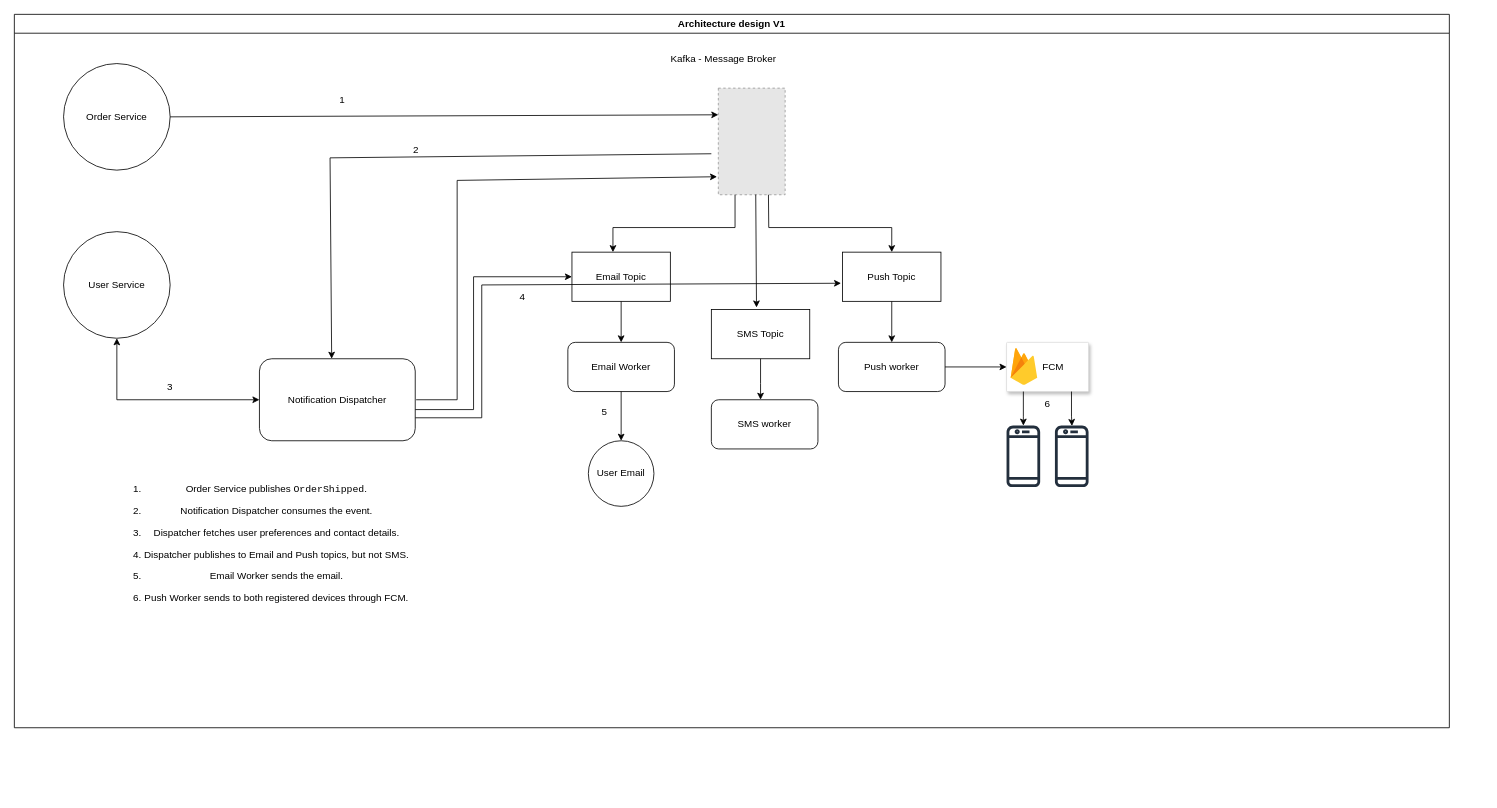
Earlier version of the draw.io diagram Simple-Notification-Service.drawio (Ramakrishna-ch/SystemDesign-HLD). Source tidied: cells renumbered, new cells numbered last; positions are measured from the earlier drawing's top-left corner, leaving out a move shared by most shapes. Both pictures are drawn from the tidied source at 82%, with x=0, y=0 at pixel (14, 14). Pictures stored in the file or linked from it are replaced by grey dashed boxes.
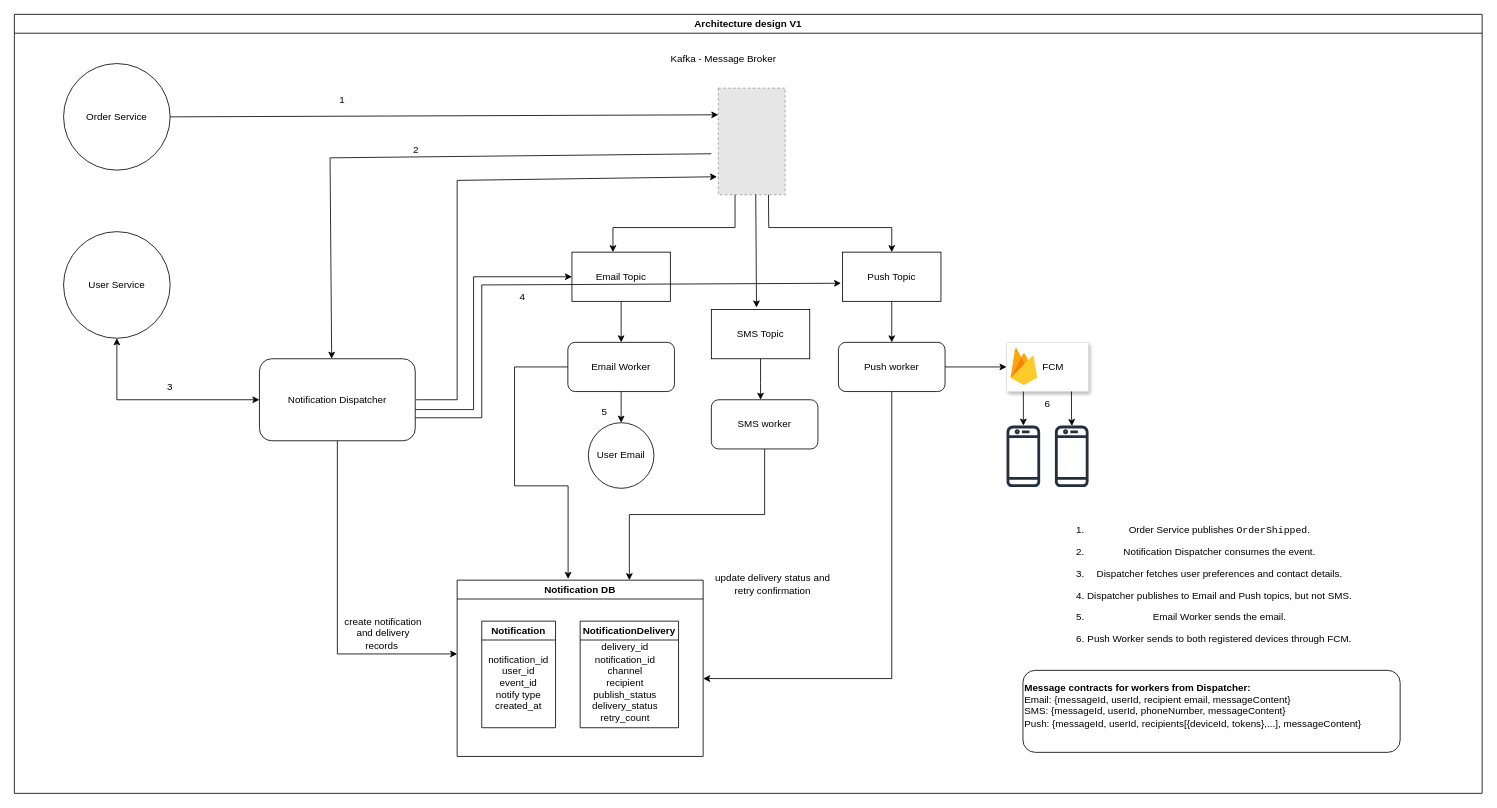
The same diagram, later.

The change refers to these unchanged cells:
```xml
<mxCell id="6" value="&lt;div&gt;Notification Dispatcher&lt;/div&gt;" style="rounded=1;whiteSpace=wrap;html=1;roundedPerimeter=1;" parent="2" vertex="1">
  <mxGeometry x="298.9" y="420" width="190" height="100" as="geometry" />
</mxCell>
<mxCell id="16" value="Email Worker" style="rounded=1;whiteSpace=wrap;html=1;roundedPerimeter=1;" parent="2" vertex="1">
  <mxGeometry x="675" y="400" width="130" height="60" as="geometry" />
</mxCell>
<mxCell id="17" value="SMS worker" style="rounded=1;whiteSpace=wrap;html=1;roundedPerimeter=1;" parent="2" vertex="1">
  <mxGeometry x="850" y="470" width="130" height="60" as="geometry" />
</mxCell>
<mxCell id="18" value="Push worker" style="rounded=1;whiteSpace=wrap;html=1;roundedPerimeter=1;" parent="2" vertex="1">
  <mxGeometry x="1005" y="400" width="130" height="60" as="geometry" />
</mxCell>
```

Change to the diagram source:
```diff
@@
     <mxCell id="2" value="Architecture design V1" style="swimlane;whiteSpace=wrap;html=1;" parent="1" vertex="1">
-      <mxGeometry width="1750" height="870" as="geometry" />
+      <mxGeometry width="1790" height="950" as="geometry" />
     </mxCell>
@@
+    <mxCell id="42" style="edgeStyle=orthogonalEdgeStyle;rounded=0;jettySize=auto;html=1;defaultLabelBackgroundColor=page;labelPadding=0 4;" parent="2" edge="1" source="6">
+      <mxGeometry x="-0.12" relative="1" as="geometry">
+        <mxPoint x="540" y="780" as="targetPoint" />
+        <Array as="points">
+          <mxPoint x="394" y="780" />
+          <mxPoint x="430" y="780" />
+        </Array>
+      </mxGeometry>
+    </mxCell>
@@
+    <mxCell id="43" style="edgeStyle=orthogonalEdgeStyle;rounded=0;jettySize=auto;html=1;defaultLabelBackgroundColor=page;labelPadding=0 4;" parent="2" edge="1" source="18">
+      <mxGeometry x="-0.17" relative="1" as="geometry">
+        <mxPoint x="840" y="810" as="targetPoint" />
+        <Array as="points">
+          <mxPoint x="1070" y="810" />
+        </Array>
+      </mxGeometry>
+    </mxCell>
@@
     <mxCell id="27" value="&lt;ol&gt;&lt;li&gt;&lt;div&gt;&lt;div&gt;&lt;p&gt;&lt;span&gt;Order Service publishes &lt;/span&gt;&lt;code&gt;&lt;span&gt;OrderShipped&lt;/span&gt;&lt;/code&gt;&lt;span&gt;.&lt;/span&gt;&lt;/p&gt;&lt;/div&gt;&lt;/div&gt;&lt;/li&gt;&lt;li&gt;&lt;div&gt;&lt;div&gt;&lt;p&gt;&lt;span&gt;Notification Dispatcher consumes the event.&lt;/span&gt;&lt;/p&gt;&lt;/div&gt;&lt;/div&gt;&lt;/li&gt;&lt;li&gt;&lt;div&gt;&lt;div&gt;&lt;p&gt;&lt;span&gt;Dispatcher fetches user preferences and contact details.&lt;/span&gt;&lt;/p&gt;&lt;/div&gt;&lt;/div&gt;&lt;/li&gt;&lt;li&gt;&lt;div&gt;&lt;div&gt;&lt;p&gt;&lt;span&gt;Dispatcher publishes to Email and Push topics, but not SMS.&lt;/span&gt;&lt;/p&gt;&lt;/div&gt;&lt;/div&gt;&lt;/li&gt;&lt;li&gt;&lt;div&gt;&lt;div&gt;&lt;p&gt;&lt;span&gt;Email Worker sends the email.&lt;/span&gt;&lt;/p&gt;&lt;/div&gt;&lt;/div&gt;&lt;/li&gt;&lt;li&gt;&lt;div&gt;&lt;div&gt;&lt;p&gt;&lt;span&gt;Push Worker sends to both registered devices through FCM.&lt;/span&gt;&lt;/p&gt;&lt;/div&gt;&lt;/div&gt;&lt;/li&gt;&lt;/ol&gt;" style="text;html=1;whiteSpace=wrap;strokeColor=none;fillColor=none;align=center;verticalAlign=middle;rounded=0;" parent="2" vertex="1">
-      <mxGeometry x="60" y="560" width="480" height="170" as="geometry" />
+      <mxGeometry x="1210" y="610" width="480" height="170" as="geometry" />
     </mxCell>
@@
     <mxCell id="36" value="User Email" style="ellipse;whiteSpace=wrap;html=1;shapeInside=1;" parent="2" vertex="1">
-      <mxGeometry x="700" y="520" width="80" height="80" as="geometry" />
+      <mxGeometry x="700" y="498" width="80" height="80" as="geometry" />
     </mxCell>
@@
+    <mxCell id="44" value="&lt;div align=&quot;left&quot;&gt;&lt;b&gt;Message contracts for workers from Dispatcher:&lt;/b&gt;&lt;/div&gt;&lt;div align=&quot;left&quot;&gt;Email: {messageId, userId, recipient email, messageContent}&lt;/div&gt;&lt;div align=&quot;left&quot;&gt;&lt;div&gt;&lt;/div&gt;&lt;div&gt;SMS: {messageId, userId, phoneNumber, messageContent}&lt;/div&gt;&lt;div&gt;&lt;div&gt;&lt;/div&gt;&lt;div&gt;Push: {messageId, userId, recipients[{deviceId, tokens},...], messageContent}&lt;/div&gt;&lt;/div&gt;&lt;br&gt;&lt;/div&gt;" style="rounded=1;whiteSpace=wrap;html=1;roundedPerimeter=1;align=left;" parent="2" vertex="1">
+      <mxGeometry x="1230" y="800" width="460" height="100" as="geometry" />
+    </mxCell>
+    <mxCell id="45" value="Notification DB" style="swimlane;whiteSpace=wrap;html=1;" parent="2" vertex="1">
+      <mxGeometry x="540" y="690" width="300" height="215" as="geometry" />
+    </mxCell>
+    <mxCell id="46" value="Notification" style="swimlane;whiteSpace=wrap;html=1;" parent="45" vertex="1">
+      <mxGeometry x="30" y="50" width="90" height="130" as="geometry" />
+    </mxCell>
+    <mxCell id="47" value="&lt;div&gt;notification_id&lt;/div&gt;&lt;div&gt;user_id&lt;/div&gt;&lt;div&gt;event_id&lt;/div&gt;&lt;div&gt;notify type&lt;/div&gt;&lt;div&gt;created_at&lt;/div&gt;" style="text;html=1;whiteSpace=wrap;strokeColor=none;fillColor=none;align=center;verticalAlign=middle;rounded=0;" parent="46" vertex="1">
+      <mxGeometry y="30" width="90" height="90" as="geometry" />
+    </mxCell>
+    <mxCell id="48" value="NotificationDelivery" style="swimlane;whiteSpace=wrap;html=1;" parent="45" vertex="1">
+      <mxGeometry x="150" y="50" width="120" height="130" as="geometry" />
+    </mxCell>
+    <mxCell id="49" value="&lt;div&gt;delivery_id&lt;/div&gt;&lt;div&gt;notification_id&lt;/div&gt;&lt;div&gt;channel&lt;/div&gt;&lt;div&gt;recipient&lt;/div&gt;&lt;div&gt;publish_status&lt;/div&gt;&lt;div&gt;delivery_status&lt;/div&gt;&lt;div&gt;retry_count&lt;/div&gt;" style="text;html=1;whiteSpace=wrap;strokeColor=none;fillColor=none;align=center;verticalAlign=middle;rounded=0;" parent="48" vertex="1">
+      <mxGeometry x="10" y="30" width="90" height="90" as="geometry" />
+    </mxCell>
+    <mxCell id="50" style="edgeStyle=orthogonalEdgeStyle;rounded=0;jettySize=auto;html=1;entryX=0.451;entryY=-0.007;entryDx=0;entryDy=0;entryPerimeter=0;defaultLabelBackgroundColor=page;labelPadding=0 4;exitX=0;exitY=0.5;exitDx=0;exitDy=0;" parent="2" edge="1" source="16" target="45">
+      <mxGeometry relative="1" as="geometry">
+        <Array as="points">
+          <mxPoint x="610" y="430" />
+          <mxPoint x="610" y="575" />
+          <mxPoint x="675.3" y="575" />
+        </Array>
+      </mxGeometry>
+    </mxCell>
+    <mxCell id="51" style="edgeStyle=orthogonalEdgeStyle;rounded=0;jettySize=auto;html=1;entryX=0.7;entryY=0;entryDx=0;entryDy=0;entryPerimeter=0;defaultLabelBackgroundColor=page;labelPadding=0 4;exitX=0.5;exitY=1;exitDx=0;exitDy=0;" parent="2" edge="1" source="17" target="45">
+      <mxGeometry relative="1" as="geometry" />
+    </mxCell>
+    <mxCell id="52" value="create notification and delivery records&amp;nbsp;" style="text;html=1;whiteSpace=wrap;strokeColor=none;fillColor=none;align=center;verticalAlign=middle;rounded=0;" parent="2" vertex="1">
+      <mxGeometry x="400" y="740" width="100" height="30" as="geometry" />
+    </mxCell>
+    <mxCell id="53" value="update delivery status and retry confirmation" style="text;html=1;whiteSpace=wrap;strokeColor=none;fillColor=none;align=center;verticalAlign=middle;rounded=0;" parent="2" vertex="1">
+      <mxGeometry x="850" y="670" width="150" height="50" as="geometry" />
+    </mxCell>
```
